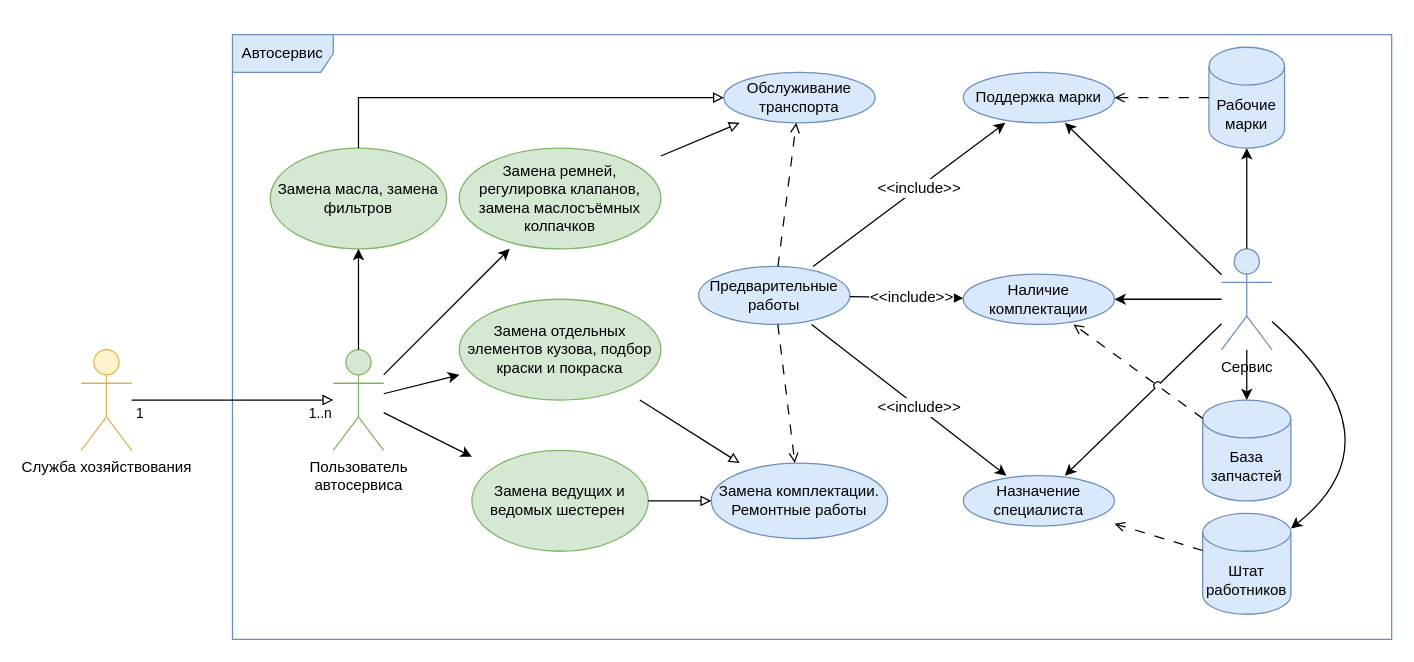
fpmi-tpmp2026/tpmp-gr10a-lab4-copybara keeps this draw.io diagram as UML diagrams/1 - варианты использования.drawio. Above is the earlier version. Source tidied: cells renumbered, new cells numbered last; positions are measured from the earlier drawing's top-left corner, leaving out a move shared by most shapes. Both pictures are drawn from the tidied source at 126%, with x=0, y=0 at pixel (81, 34).
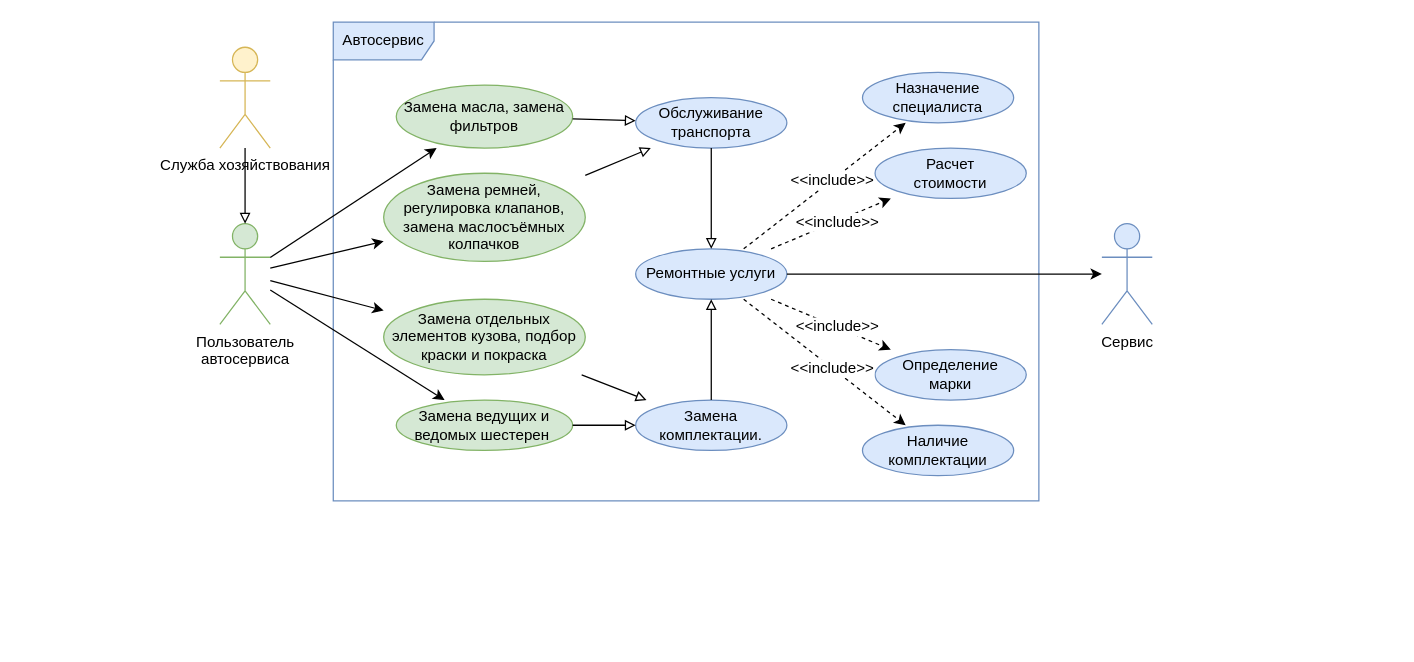
Above is the later version.

Commit message (it also covers changes not shown here):
fix: use case

Unchanged cells that the change refers to:
```xml
<mxCell id="5" style="endArrow=block;html=1;rounded=0;endFill=0;jumpStyle=arc;" parent="1" edge="1" source="4" target="3">
  <mxGeometry relative="1" as="geometry" />
</mxCell>
```

What changed in the source:
```diff
@@
+    <mxCell id="26" value="Замена комплектации." style="whiteSpace=wrap;html=1;shape=ellipse;fillColor=#dae8fc;strokeColor=#6c8ebf;" parent="1" vertex="1">
+      <mxGeometry x="440" y="290" width="120" height="40" as="geometry" />
+    </mxCell>
     <mxCell id="2" value="Автосервис" style="shape=umlFrame;whiteSpace=wrap;html=1;width=80;height=30;fillColor=#dae8fc;strokeColor=#6c8ebf;" parent="1" vertex="1">
-      <mxGeometry x="120" width="920" height="480" as="geometry" />
+      <mxGeometry x="200" y="-10" width="560" height="380" as="geometry" />
     </mxCell>
     <mxCell id="3" value="Пользователь&lt;div&gt;автосервиса&lt;/div&gt;" style="shape=umlActor;verticalLabelPosition=bottom;verticalAlign=top;html=1;outlineConnect=0;fillColor=#d5e8d4;strokeColor=#82b366;" parent="1" vertex="1">
-      <mxGeometry x="200" y="250" width="40" height="80" as="geometry" />
+      <mxGeometry x="110" y="150" width="40" height="80" as="geometry" />
     </mxCell>
     <mxCell id="4" value="Служба хозяйствования" style="shape=umlActor;verticalLabelPosition=bottom;verticalAlign=top;html=1;outlineConnect=0;fillColor=#fff2cc;strokeColor=#d6b656;" parent="1" vertex="1">
-      <mxGeometry y="250" width="40" height="80" as="geometry" />
+      <mxGeometry x="110" y="10" width="40" height="80" as="geometry" />
     </mxCell>
@@
-    <mxCell id="6" value="1..n" style="edgeLabel;html=1;align=left;verticalAlign=middle;labelPosition=right;verticalLabelPosition=middle;" parent="5" vertex="1">
-      <mxGeometry x="0.49" y="1" relative="1" as="geometry">
-        <mxPoint x="20" y="11" as="offset" />
-      </mxGeometry>
-    </mxCell>
-    <mxCell id="7" value="1" style="edgeLabel;html=1;align=right;verticalAlign=middle;labelPosition=left;verticalLabelPosition=middle;" parent="5" vertex="1">
-      <mxGeometry x="-0.46" relative="1" as="geometry">
-        <mxPoint x="-33" y="10" as="offset" />
-      </mxGeometry>
-    </mxCell>
@@
     <mxCell id="9" value="З&lt;span style=&quot;background-color: transparent; color: light-dark(rgb(0, 0, 0), rgb(255, 255, 255));&quot;&gt;амена отдельных элементов кузова, подбор краски и покраска&lt;/span&gt;" style="whiteSpace=wrap;html=1;shape=ellipse;fillColor=#d5e8d4;strokeColor=#82b366;" parent="1" vertex="1">
-      <mxGeometry x="300" y="210" width="160" height="80" as="geometry" />
+      <mxGeometry x="240" y="210" width="160" height="60" as="geometry" />
     </mxCell>
     <mxCell id="10" value="З&lt;span style=&quot;background-color: transparent; color: light-dark(rgb(0, 0, 0), rgb(255, 255, 255));&quot;&gt;амена ремней, регулировка клапанов, замена маслосъёмных колпачков&lt;/span&gt;" style="whiteSpace=wrap;html=1;shape=ellipse;fillColor=#d5e8d4;strokeColor=#82b366;" parent="1" vertex="1">
-      <mxGeometry x="300" y="90" width="160" height="80" as="geometry" />
+      <mxGeometry x="240" y="110" width="160" height="70" as="geometry" />
     </mxCell>
@@
     <mxCell id="12" value="Замена ведущих и ведомых шестерен&amp;nbsp;" style="whiteSpace=wrap;html=1;shape=ellipse;fillColor=#d5e8d4;strokeColor=#82b366;" parent="1" vertex="1">
-      <mxGeometry x="310" y="330" width="140" height="80" as="geometry" />
+      <mxGeometry x="250" y="290" width="140" height="40" as="geometry" />
     </mxCell>
@@
     <mxCell id="14" value="Замена масла, замена фильтров" style="whiteSpace=wrap;html=1;shape=ellipse;fillColor=#d5e8d4;strokeColor=#82b366;" parent="1" vertex="1">
-      <mxGeometry x="150" y="90" width="140" height="80" as="geometry" />
+      <mxGeometry x="250" y="40" width="140" height="50" as="geometry" />
     </mxCell>
@@
     <mxCell id="16" value="Сервис" style="shape=umlActor;verticalLabelPosition=bottom;verticalAlign=top;html=1;outlineConnect=0;fillColor=#dae8fc;strokeColor=#6c8ebf;" parent="1" vertex="1">
-      <mxGeometry x="905" y="170" width="40" height="80" as="geometry" />
+      <mxGeometry x="810" y="150" width="40" height="80" as="geometry" />
     </mxCell>
-    <mxCell id="17" value="База запчастей" style="shape=cylinder3;whiteSpace=wrap;html=1;boundedLbl=1;backgroundOutline=1;size=15;fillColor=#dae8fc;strokeColor=#6c8ebf;" parent="1" vertex="1">
-      <mxGeometry x="890" y="290" width="70" height="80" as="geometry" />
-    </mxCell>
-    <mxCell id="18" style="endArrow=classic;html=1;rounded=0;fontFamily=Helvetica;fontSize=12;fontColor=default;jumpStyle=arc;" parent="1" edge="1" source="16" target="17">
-      <mxGeometry relative="1" as="geometry" />
-    </mxCell>
-    <mxCell id="19" value="Штат работников" style="shape=cylinder3;whiteSpace=wrap;html=1;boundedLbl=1;backgroundOutline=1;size=15;fillColor=#dae8fc;strokeColor=#6c8ebf;" parent="1" vertex="1">
-      <mxGeometry x="890" y="380" width="70" height="80" as="geometry" />
-    </mxCell>
-    <mxCell id="20" style="endArrow=classic;html=1;rounded=0;fontFamily=Helvetica;fontSize=12;fontColor=default;jumpStyle=arc;curved=1;" parent="1" edge="1" source="16" target="19">
-      <mxGeometry relative="1" as="geometry">
-        <Array as="points">
-          <mxPoint x="1050" y="320" />
-        </Array>
-      </mxGeometry>
-    </mxCell>
-    <mxCell id="21" style="endArrow=classic;html=1;rounded=0;fontFamily=Helvetica;fontSize=12;fontColor=default;jumpStyle=arc;" parent="1" edge="1" source="16" target="22">
-      <mxGeometry relative="1" as="geometry" />
-    </mxCell>
-    <mxCell id="22" value="Рабочие марки" style="shape=cylinder3;whiteSpace=wrap;html=1;boundedLbl=1;backgroundOutline=1;size=15;fillColor=#dae8fc;strokeColor=#6c8ebf;" parent="1" vertex="1">
-      <mxGeometry x="895" y="10" width="60" height="80" as="geometry" />
-    </mxCell>
     <mxCell id="23" value="Обслуживание транспорта" style="whiteSpace=wrap;html=1;shape=ellipse;fillColor=#dae8fc;strokeColor=#6c8ebf;" parent="1" vertex="1">
-      <mxGeometry x="510" y="30" width="120" height="40" as="geometry" />
+      <mxGeometry x="440" y="50" width="120" height="40" as="geometry" />
     </mxCell>
-    <mxCell id="24" style="endArrow=block;html=1;rounded=0;endFill=0;curved=0;jumpStyle=arc;" parent="1" edge="1" source="14" target="23">
-      <mxGeometry relative="1" as="geometry">
-        <Array as="points">
-          <mxPoint x="220" y="50" />
-        </Array>
-      </mxGeometry>
+    <mxCell id="24" style="endArrow=block;html=1;rounded=0;endFill=0;jumpStyle=arc;" parent="1" edge="1" source="14" target="23">
+      <mxGeometry relative="1" as="geometry" />
     </mxCell>
@@
-    <mxCell id="26" value="Замена комплектации. Ремонтные работы" style="whiteSpace=wrap;html=1;shape=ellipse;fillColor=#dae8fc;strokeColor=#6c8ebf;" parent="1" vertex="1">
-      <mxGeometry x="500" y="340" width="140" height="60" as="geometry" />
-    </mxCell>
@@
-    <mxCell id="29" value="Предварительные работы" style="whiteSpace=wrap;html=1;shape=ellipse;fillColor=#dae8fc;strokeColor=#6c8ebf;" parent="1" vertex="1">
-      <mxGeometry x="490" y="184" width="120" height="46" as="geometry" />
+    <mxCell id="29" value="Ремонтные услуги" style="whiteSpace=wrap;html=1;shape=ellipse;fillColor=#dae8fc;strokeColor=#6c8ebf;" parent="1" vertex="1">
+      <mxGeometry x="440" y="170" width="120" height="40" as="geometry" />
     </mxCell>
-    <mxCell id="30" style="endArrow=open;html=1;rounded=0;fontFamily=Helvetica;fontSize=12;fontColor=default;dashed=1;dashPattern=8 8;endFill=0;jumpStyle=arc;" parent="1" edge="1" source="29" target="23">
-      <mxGeometry relative="1" as="geometry" />
-    </mxCell>
-    <mxCell id="31" style="endArrow=open;html=1;rounded=0;fontFamily=Helvetica;fontSize=12;fontColor=default;dashed=1;dashPattern=8 8;endFill=0;jumpStyle=arc;" parent="1" edge="1" source="29" target="26">
-      <mxGeometry relative="1" as="geometry" />
-    </mxCell>
     <mxCell id="32" value="Назначение специалиста" style="whiteSpace=wrap;html=1;shape=ellipse;fillColor=#dae8fc;strokeColor=#6c8ebf;" parent="1" vertex="1">
-      <mxGeometry x="700" y="350" width="120" height="40" as="geometry" />
+      <mxGeometry x="620" y="30" width="120" height="40" as="geometry" />
     </mxCell>
-    <mxCell id="33" style="endArrow=classic;html=1;rounded=0;fontFamily=Helvetica;fontSize=12;fontColor=default;jumpStyle=arc;" parent="1" edge="1" source="29" target="32">
-      <mxGeometry relative="1" as="geometry" />
-    </mxCell>
-    <mxCell id="34" value="&amp;lt;&amp;lt;include&amp;gt;&amp;gt;" style="edgeLabel;html=1;align=center;verticalAlign=middle;strokeColor=default;fontFamily=Helvetica;fontSize=12;fontColor=default;fillColor=default;" parent="33" vertex="1">
-      <mxGeometry x="0.09" relative="1" as="geometry" />
-    </mxCell>
-    <mxCell id="35" style="endArrow=open;html=1;rounded=0;fontFamily=Helvetica;fontSize=12;fontColor=default;dashed=1;dashPattern=8 8;endFill=0;jumpStyle=arc;" parent="1" edge="1" source="19" target="32">
-      <mxGeometry relative="1" as="geometry" />
-    </mxCell>
     <mxCell id="36" value="Наличие комплектации" style="whiteSpace=wrap;html=1;shape=ellipse;fillColor=#dae8fc;strokeColor=#6c8ebf;" parent="1" vertex="1">
-      <mxGeometry x="700" y="190" width="120" height="40" as="geometry" />
+      <mxGeometry x="620" y="310" width="120" height="40" as="geometry" />
     </mxCell>
-    <mxCell id="37" style="endArrow=classic;html=1;rounded=0;fontFamily=Helvetica;fontSize=12;fontColor=default;jumpStyle=arc;" parent="1" edge="1" source="29" target="36">
-      <mxGeometry relative="1" as="geometry" />
-    </mxCell>
-    <mxCell id="38" value="&amp;lt;&amp;lt;include&amp;gt;&amp;gt;" style="edgeLabel;html=1;align=center;verticalAlign=middle;strokeColor=default;fontFamily=Helvetica;fontSize=12;fontColor=default;fillColor=default;" parent="37" vertex="1">
-      <mxGeometry x="0.09" relative="1" as="geometry" />
-    </mxCell>
-    <mxCell id="39" style="endArrow=classic;html=1;rounded=0;fontFamily=Helvetica;fontSize=12;fontColor=default;jumpStyle=arc;" parent="1" edge="1" source="16" target="36">
+    <mxCell id="39" style="endArrow=classic;html=1;rounded=0;fontFamily=Helvetica;fontSize=12;fontColor=default;jumpStyle=arc;" parent="1" edge="1" source="29" target="16">
       <mxGeometry relative="1" as="geometry" />
     </mxCell>
-    <mxCell id="40" style="endArrow=open;html=1;rounded=0;fontFamily=Helvetica;fontSize=12;fontColor=default;dashed=1;dashPattern=8 8;endFill=0;jumpStyle=arc;" parent="1" edge="1" source="17" target="36">
-      <mxGeometry relative="1" as="geometry" />
-    </mxCell>
-    <mxCell id="41" style="endArrow=classic;html=1;rounded=0;fontFamily=Helvetica;fontSize=12;fontColor=default;jumpStyle=arc;" parent="1" edge="1" source="16" target="32">
-      <mxGeometry relative="1" as="geometry" />
-    </mxCell>
-    <mxCell id="42" value="Поддержка марки" style="whiteSpace=wrap;html=1;shape=ellipse;fillColor=#dae8fc;strokeColor=#6c8ebf;" parent="1" vertex="1">
-      <mxGeometry x="700" y="30" width="120" height="40" as="geometry" />
+    <mxCell id="42" value="Определение&lt;div&gt;марки&lt;/div&gt;" style="whiteSpace=wrap;html=1;shape=ellipse;fillColor=#dae8fc;strokeColor=#6c8ebf;" parent="1" vertex="1">
+      <mxGeometry x="630" y="250" width="120" height="40" as="geometry" />
     </mxCell>
-    <mxCell id="43" style="endArrow=open;html=1;rounded=0;fontFamily=Helvetica;fontSize=12;fontColor=default;dashed=1;dashPattern=8 8;endFill=0;jumpStyle=arc;" parent="1" edge="1" source="22" target="42">
-      <mxGeometry relative="1" as="geometry" />
-    </mxCell>
-    <mxCell id="44" style="endArrow=classic;html=1;rounded=0;fontFamily=Helvetica;fontSize=12;fontColor=default;jumpStyle=arc;" parent="1" edge="1" source="16" target="42">
-      <mxGeometry relative="1" as="geometry" />
-    </mxCell>
-    <mxCell id="45" style="endArrow=classic;html=1;rounded=0;fontFamily=Helvetica;fontSize=12;fontColor=default;jumpStyle=arc;" parent="1" edge="1" source="29" target="42">
+    <mxCell id="45" style="endArrow=classic;html=1;rounded=0;fontFamily=Helvetica;fontSize=12;fontColor=default;jumpStyle=arc;dashed=1;" parent="1" edge="1" source="29" target="32">
       <mxGeometry relative="1" as="geometry" />
     </mxCell>
@@
+    <mxCell id="47" style="endArrow=block;html=1;rounded=0;endFill=0;jumpStyle=arc;" parent="1" edge="1" source="26" target="29">
+      <mxGeometry relative="1" as="geometry" />
+    </mxCell>
+    <mxCell id="48" style="endArrow=block;html=1;rounded=0;endFill=0;jumpStyle=arc;" parent="1" edge="1" source="23" target="29">
+      <mxGeometry relative="1" as="geometry" />
+    </mxCell>
+    <mxCell id="49" style="endArrow=classic;html=1;rounded=0;fontFamily=Helvetica;fontSize=12;fontColor=default;jumpStyle=arc;dashed=1;" parent="1" edge="1" source="29" target="42">
+      <mxGeometry relative="1" as="geometry" />
+    </mxCell>
+    <mxCell id="50" value="&amp;lt;&amp;lt;include&amp;gt;&amp;gt;" style="edgeLabel;html=1;align=center;verticalAlign=middle;strokeColor=default;fontFamily=Helvetica;fontSize=12;fontColor=default;fillColor=default;" parent="49" vertex="1">
+      <mxGeometry x="0.09" relative="1" as="geometry" />
+    </mxCell>
+    <mxCell id="37" style="endArrow=classic;html=1;rounded=0;fontFamily=Helvetica;fontSize=12;fontColor=default;jumpStyle=arc;dashed=1;" parent="1" edge="1" source="29" target="36">
+      <mxGeometry relative="1" as="geometry" />
+    </mxCell>
+    <mxCell id="51" value="&amp;lt;&amp;lt;include&amp;gt;&amp;gt;" style="edgeLabel;html=1;align=center;verticalAlign=middle;strokeColor=default;fontFamily=Helvetica;fontSize=12;fontColor=default;fillColor=default;" parent="37" vertex="1">
+      <mxGeometry x="0.09" relative="1" as="geometry" />
+    </mxCell>
+    <mxCell id="52" value="Расчет&lt;div&gt;стоимости&lt;/div&gt;" style="whiteSpace=wrap;html=1;shape=ellipse;fillColor=#dae8fc;strokeColor=#6c8ebf;" parent="1" vertex="1">
+      <mxGeometry x="630" y="90" width="120" height="40" as="geometry" />
+    </mxCell>
+    <mxCell id="53" style="endArrow=classic;html=1;rounded=0;fontFamily=Helvetica;fontSize=12;fontColor=default;jumpStyle=arc;dashed=1;" parent="1" edge="1" source="29" target="52">
+      <mxGeometry relative="1" as="geometry" />
+    </mxCell>
+    <mxCell id="54" value="&amp;lt;&amp;lt;include&amp;gt;&amp;gt;" style="edgeLabel;html=1;align=center;verticalAlign=middle;strokeColor=default;fontFamily=Helvetica;fontSize=12;fontColor=default;fillColor=default;" parent="53" vertex="1">
+      <mxGeometry x="0.09" relative="1" as="geometry" />
+    </mxCell>
```
